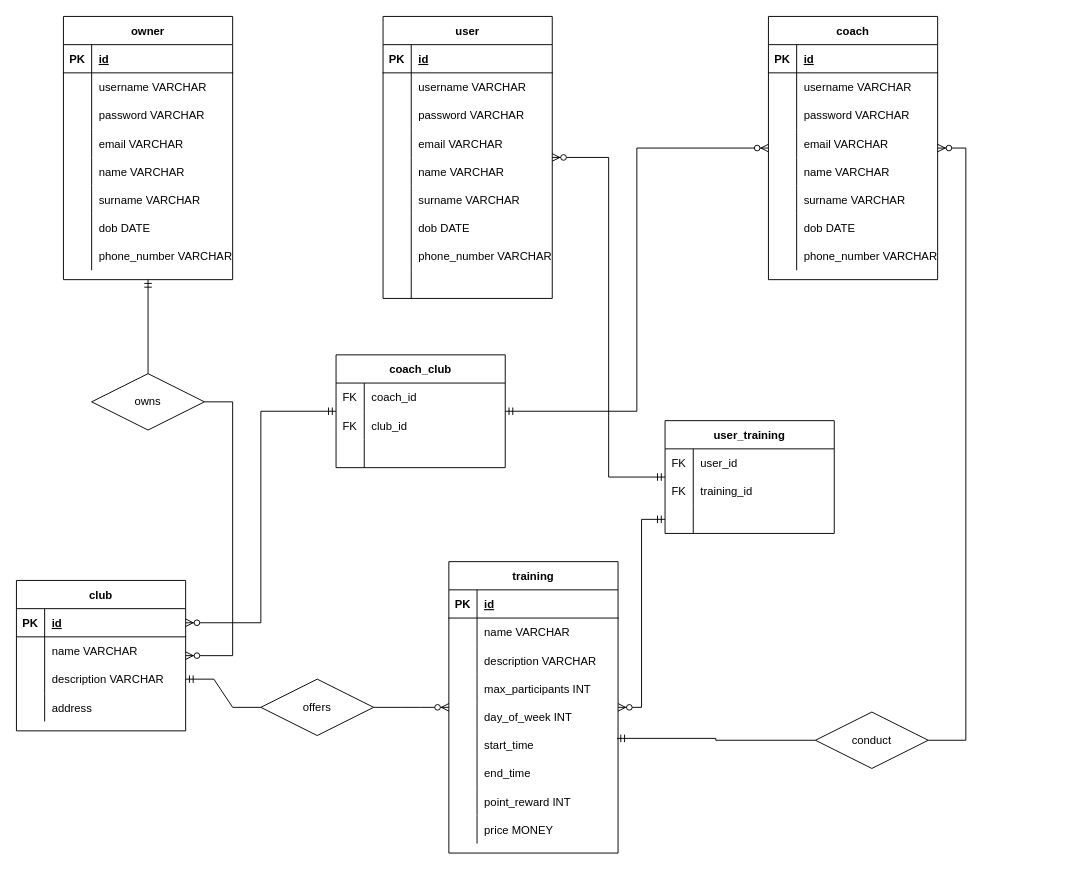
piotr-jadczak/ProjektFitness-Spring-Boot-Aplication keeps this draw.io diagram as documentation/ERD/ERDdiagram.drawio. Above is the earlier version. Source tidied: cells renumbered, new cells numbered last; positions are measured from the earlier drawing's top-left corner, leaving out a move shared by most shapes. Both pictures are drawn from the tidied source at 94%, with x=0, y=0 at pixel (16, 16).
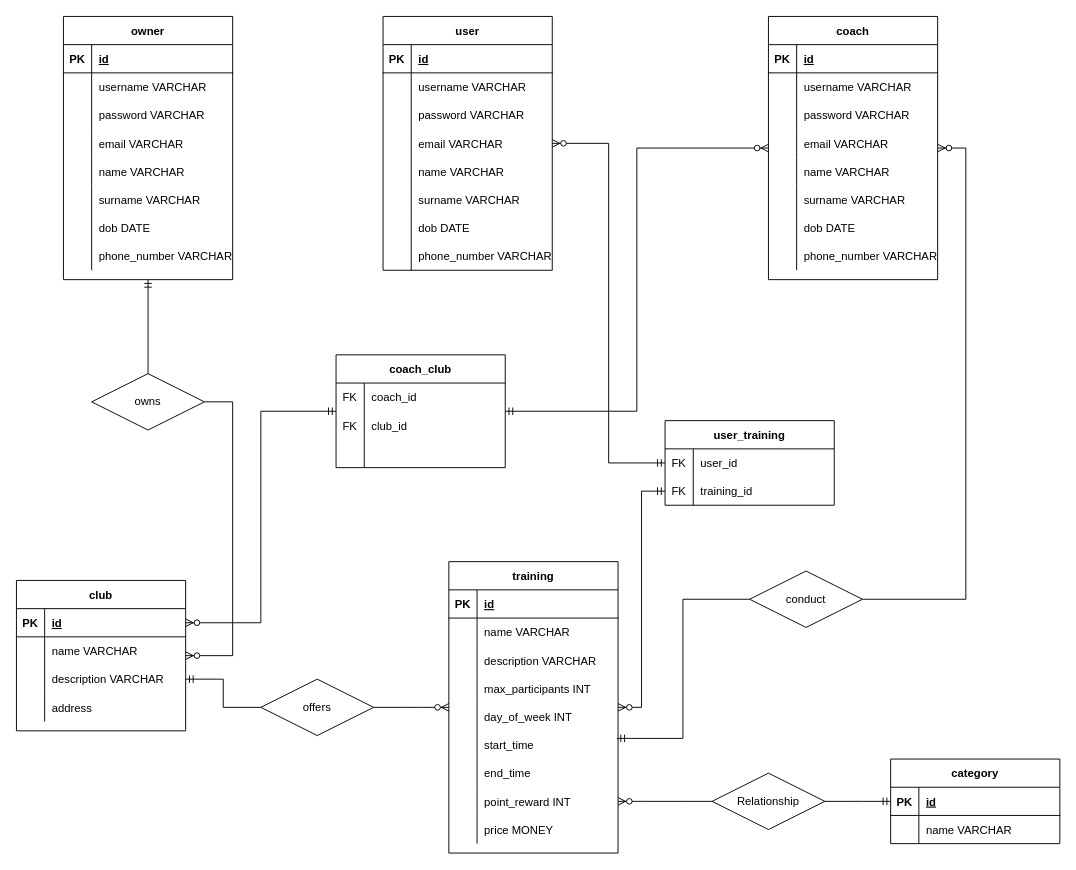
The same diagram, later.

The change refers to these unchanged cells:
```xml
<mxCell id="87" style="shape=partialRectangle;fillColor=none;top=0;left=0;bottom=0;right=0;points=[[0,0.5],[1,0.5]];portConstraint=eastwest;" parent="80" vertex="1">
  <mxGeometry y="90" width="180" height="30" as="geometry" />
</mxCell>
<mxCell id="95" value="training" style="shape=table;startSize=30;childLayout=tableLayout;rowLines=0;fontStyle=1;align=center;" parent="1" vertex="1">
  <mxGeometry x="460" y="580" width="180" height="310" as="geometry" />
</mxCell>
<mxCell id="117" style="shape=partialRectangle;fillColor=none;top=0;left=0;bottom=0;right=0;points=[[0,0.5],[1,0.5]];portConstraint=eastwest;" parent="95" vertex="1">
  <mxGeometry y="240" width="180" height="30" as="geometry" />
</mxCell>
<mxCell id="127" value="offers" style="shape=rhombus;perimeter=rhombusPerimeter;whiteSpace=wrap;html=1;align=center;" parent="1" vertex="1">
  <mxGeometry x="260" y="705" width="120" height="60" as="geometry" />
</mxCell>
<mxCell id="146" style="shape=partialRectangle;fillColor=none;top=0;left=0;bottom=0;right=0;points=[[0,0.5],[1,0.5]];portConstraint=eastwest;" parent="142" vertex="1">
  <mxGeometry y="60" width="180" height="30" as="geometry" />
</mxCell>
```

What changed in the source:
```diff
@@
     <mxCell id="27" value="user" style="shape=table;startSize=30;childLayout=tableLayout;rowLines=0;fontStyle=1;align=center;" parent="1" vertex="1">
-      <mxGeometry x="390" width="180" height="300" as="geometry" />
+      <mxGeometry x="390" width="180" height="270" as="geometry" />
     </mxCell>
@@
-    <mxCell id="52" style="shape=partialRectangle;fillColor=none;top=0;left=0;bottom=0;right=0;" parent="27" vertex="1">
-      <mxGeometry y="270" width="180" height="30" as="geometry" />
-    </mxCell>
-    <mxCell id="53" style="shape=partialRectangle;fillColor=none;top=0;left=0;bottom=0;right=0;overflow=hidden;" parent="52" vertex="1">
-      <mxGeometry width="30" height="30" as="geometry" />
-    </mxCell>
-    <mxCell id="54" style="shape=partialRectangle;fillColor=none;top=0;left=0;bottom=0;right=0;align=left;spacingLeft=6;overflow=hidden;" parent="52" vertex="1">
-      <mxGeometry x="30" width="150" height="30" as="geometry" />
-    </mxCell>
@@
     <mxCell id="124" value="conduct" style="shape=rhombus;perimeter=rhombusPerimeter;whiteSpace=wrap;html=1;align=center;" parent="1" vertex="1">
-      <mxGeometry x="850" y="740" width="120" height="60" as="geometry" />
+      <mxGeometry x="780" y="590" width="120" height="60" as="geometry" />
     </mxCell>
@@
-    <mxCell id="129" style="edgeStyle=entityRelationEdgeStyle;fontSize=12;html=1;endArrow=ERmandOne;rounded=0;exitX=0;exitY=0.5;exitDx=0;exitDy=0;" parent="1" edge="1" source="127" target="87">
+    <mxCell id="129" style="edgeStyle=orthogonalEdgeStyle;fontSize=12;html=1;endArrow=ERmandOne;rounded=0;exitX=0;exitY=0.5;exitDx=0;exitDy=0;" parent="1" edge="1" source="127" target="87">
       <mxGeometry relative="1" as="geometry" />
     </mxCell>
@@
     <mxCell id="142" value="user_training" style="shape=table;startSize=30;childLayout=tableLayout;rowLines=0;fontStyle=1;align=center;" parent="1" vertex="1">
-      <mxGeometry x="690" y="430" width="180" height="120" as="geometry" />
+      <mxGeometry x="690" y="430" width="180" height="90" as="geometry" />
     </mxCell>
@@
-    <mxCell id="149" style="shape=partialRectangle;fillColor=none;top=0;left=0;bottom=0;right=0;points=[[0,0.5],[1,0.5]];portConstraint=eastwest;" parent="142" vertex="1">
-      <mxGeometry y="90" width="180" height="30" as="geometry" />
-    </mxCell>
-    <mxCell id="150" style="shape=partialRectangle;fillColor=none;top=0;left=0;bottom=0;right=0;overflow=hidden;" parent="149" vertex="1">
-      <mxGeometry width="30" height="30" as="geometry" />
-    </mxCell>
-    <mxCell id="151" style="shape=partialRectangle;fillColor=none;top=0;left=0;bottom=0;right=0;align=left;spacingLeft=6;overflow=hidden;" parent="149" vertex="1">
-      <mxGeometry x="30" width="150" height="30" as="geometry" />
-    </mxCell>
@@
-    <mxCell id="153" style="edgeStyle=elbowEdgeStyle;fontSize=12;html=1;endArrow=ERzeroToMany;startArrow=ERmandOne;rounded=0;" parent="1" edge="1" source="149" target="95">
+    <mxCell id="153" style="edgeStyle=elbowEdgeStyle;fontSize=12;html=1;endArrow=ERzeroToMany;startArrow=ERmandOne;rounded=0;exitX=0;exitY=0.5;exitDx=0;exitDy=0;" parent="1" edge="1" source="146" target="95">
       <mxGeometry relative="1" as="geometry" />
     </mxCell>
+    <mxCell id="154" value="category" style="shape=table;startSize=30;childLayout=tableLayout;rowLines=0;fontStyle=1;align=center;" parent="1" vertex="1">
+      <mxGeometry x="930" y="790" width="180" height="90" as="geometry" />
+    </mxCell>
+    <mxCell id="155" style="shape=partialRectangle;fillColor=none;top=0;left=0;bottom=1;right=0;points=[[0,0.5],[1,0.5]];portConstraint=eastwest;" parent="154" vertex="1">
+      <mxGeometry y="30" width="180" height="30" as="geometry" />
+    </mxCell>
+    <mxCell id="156" value="PK" style="shape=partialRectangle;fillColor=none;top=0;left=0;bottom=0;right=0;fontStyle=1;overflow=hidden;" parent="155" vertex="1">
+      <mxGeometry width="30" height="30" as="geometry" />
+    </mxCell>
+    <mxCell id="157" value="id" style="shape=partialRectangle;fillColor=none;top=0;left=0;bottom=0;right=0;align=left;spacingLeft=6;fontStyle=5;overflow=hidden;" parent="155" vertex="1">
+      <mxGeometry x="30" width="150" height="30" as="geometry" />
+    </mxCell>
+    <mxCell id="158" style="shape=partialRectangle;fillColor=none;top=0;left=0;bottom=0;right=0;" parent="154" vertex="1">
+      <mxGeometry y="60" width="180" height="30" as="geometry" />
+    </mxCell>
+    <mxCell id="159" style="shape=partialRectangle;fillColor=none;top=0;left=0;bottom=0;right=0;overflow=hidden;" parent="158" vertex="1">
+      <mxGeometry width="30" height="30" as="geometry" />
+    </mxCell>
+    <mxCell id="160" value="name VARCHAR" style="shape=partialRectangle;fillColor=none;top=0;left=0;bottom=0;right=0;align=left;spacingLeft=6;overflow=hidden;" parent="158" vertex="1">
+      <mxGeometry x="30" width="150" height="30" as="geometry" />
+    </mxCell>
+    <mxCell id="161" value="Relationship" style="shape=rhombus;perimeter=rhombusPerimeter;whiteSpace=wrap;html=1;align=center;" parent="1" vertex="1">
+      <mxGeometry x="740" y="805" width="120" height="60" as="geometry" />
+    </mxCell>
+    <mxCell id="162" style="edgeStyle=entityRelationEdgeStyle;fontSize=12;html=1;endArrow=ERmandOne;rounded=0;" parent="1" edge="1" source="161" target="155">
+      <mxGeometry relative="1" as="geometry" />
+    </mxCell>
+    <mxCell id="163" style="edgeStyle=entityRelationEdgeStyle;fontSize=12;html=1;endArrow=ERzeroToMany;endFill=1;rounded=0;" parent="1" edge="1" source="161" target="117">
+      <mxGeometry relative="1" as="geometry" />
+    </mxCell>
```
